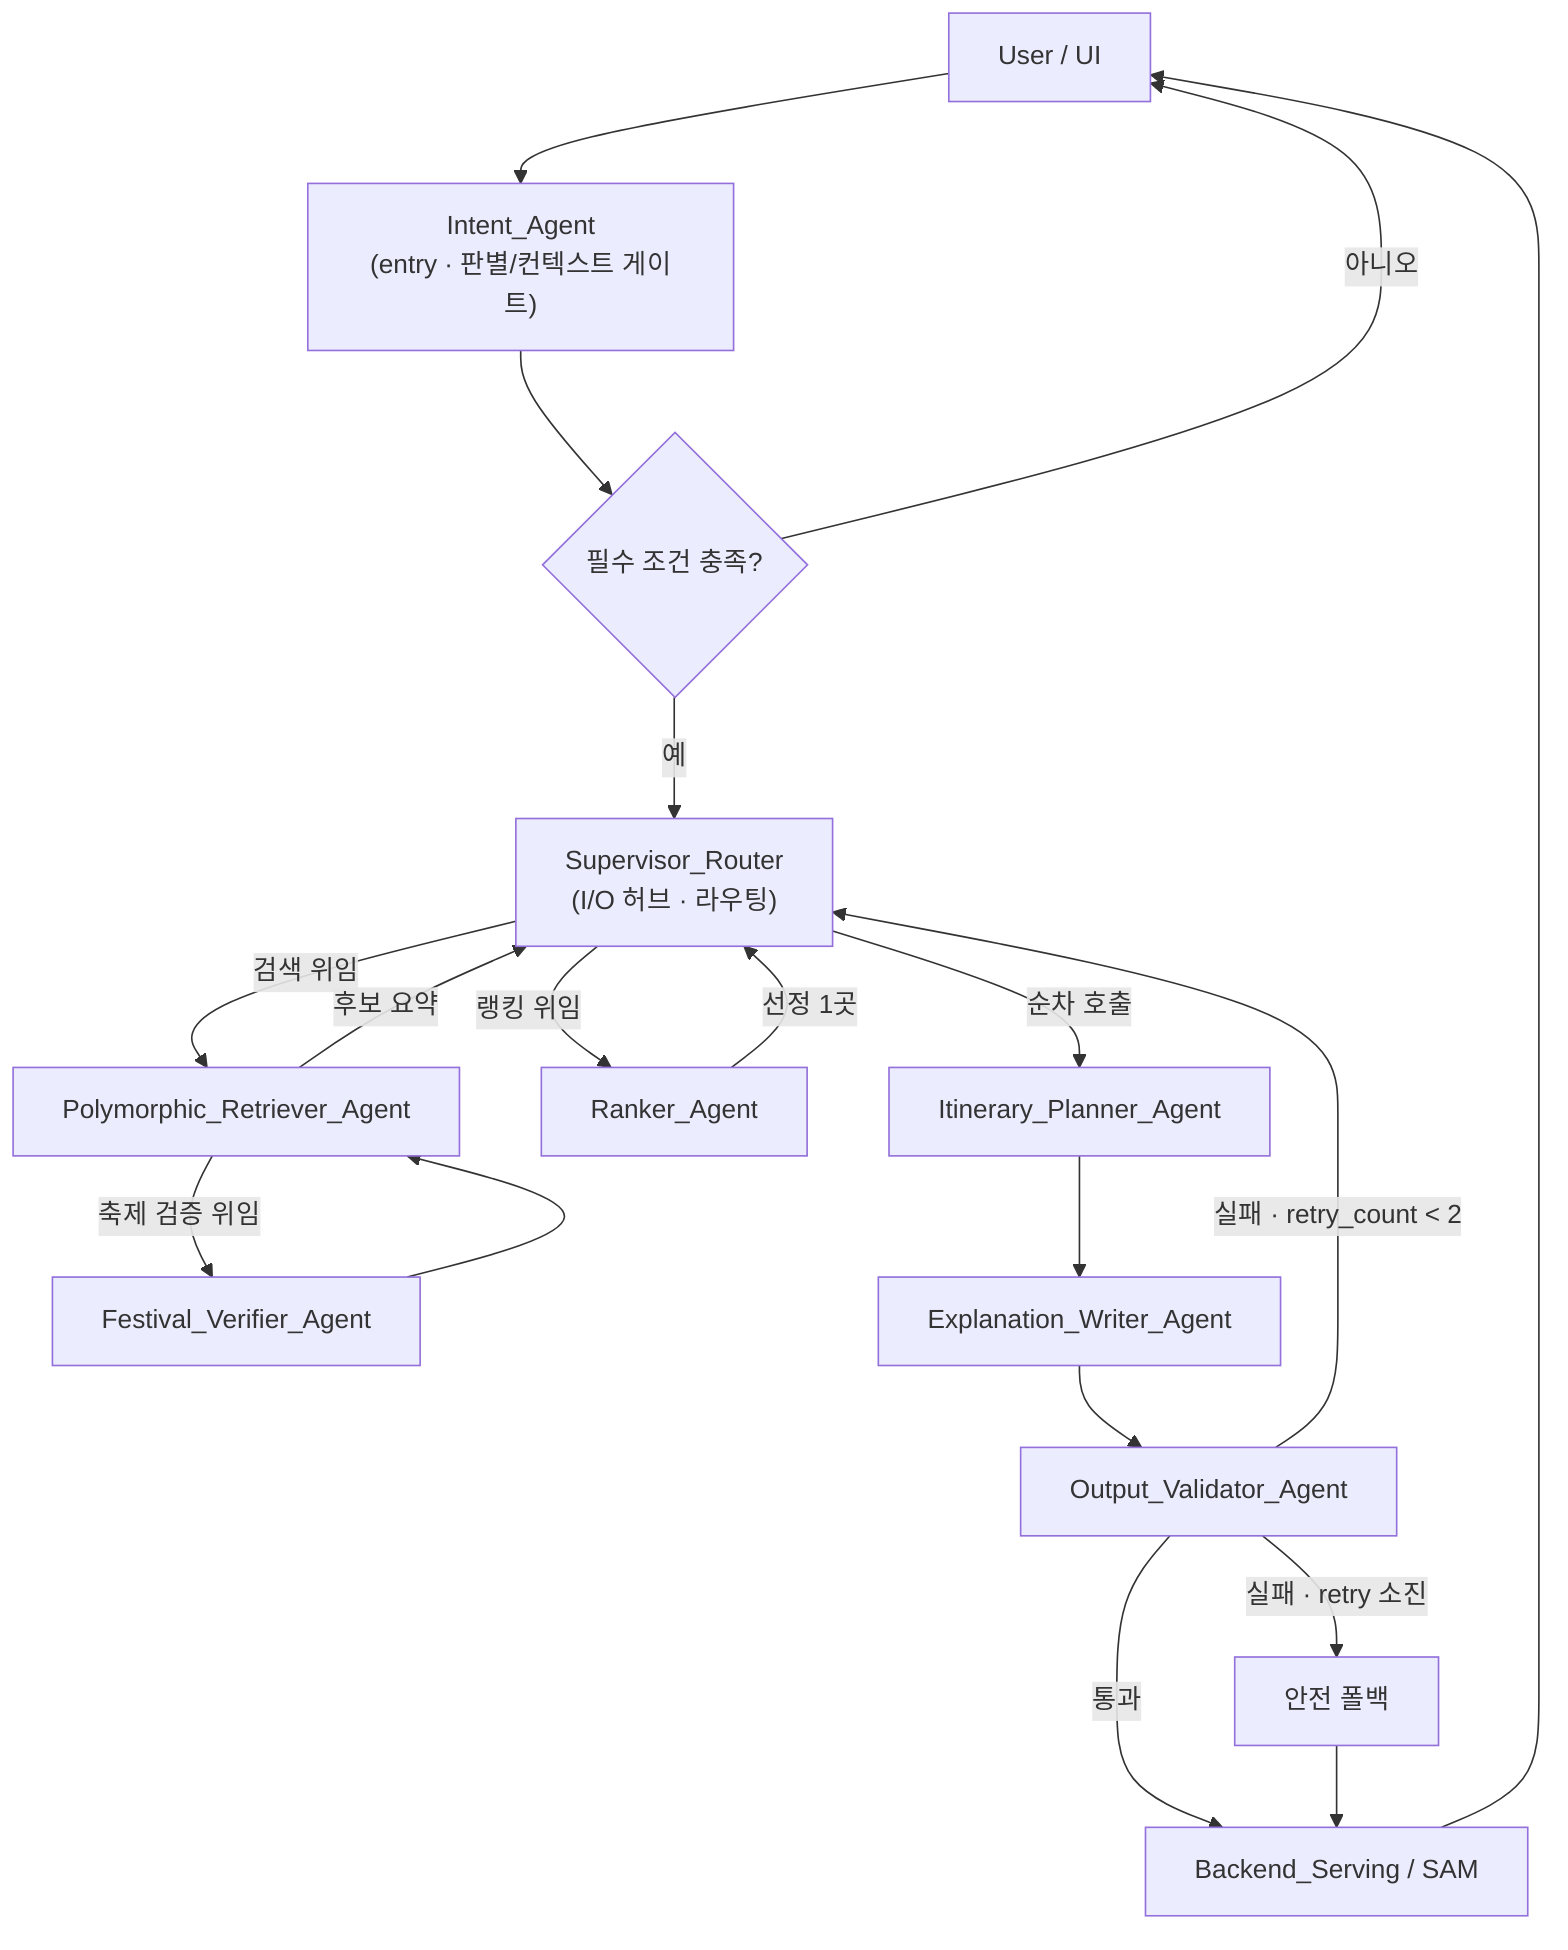
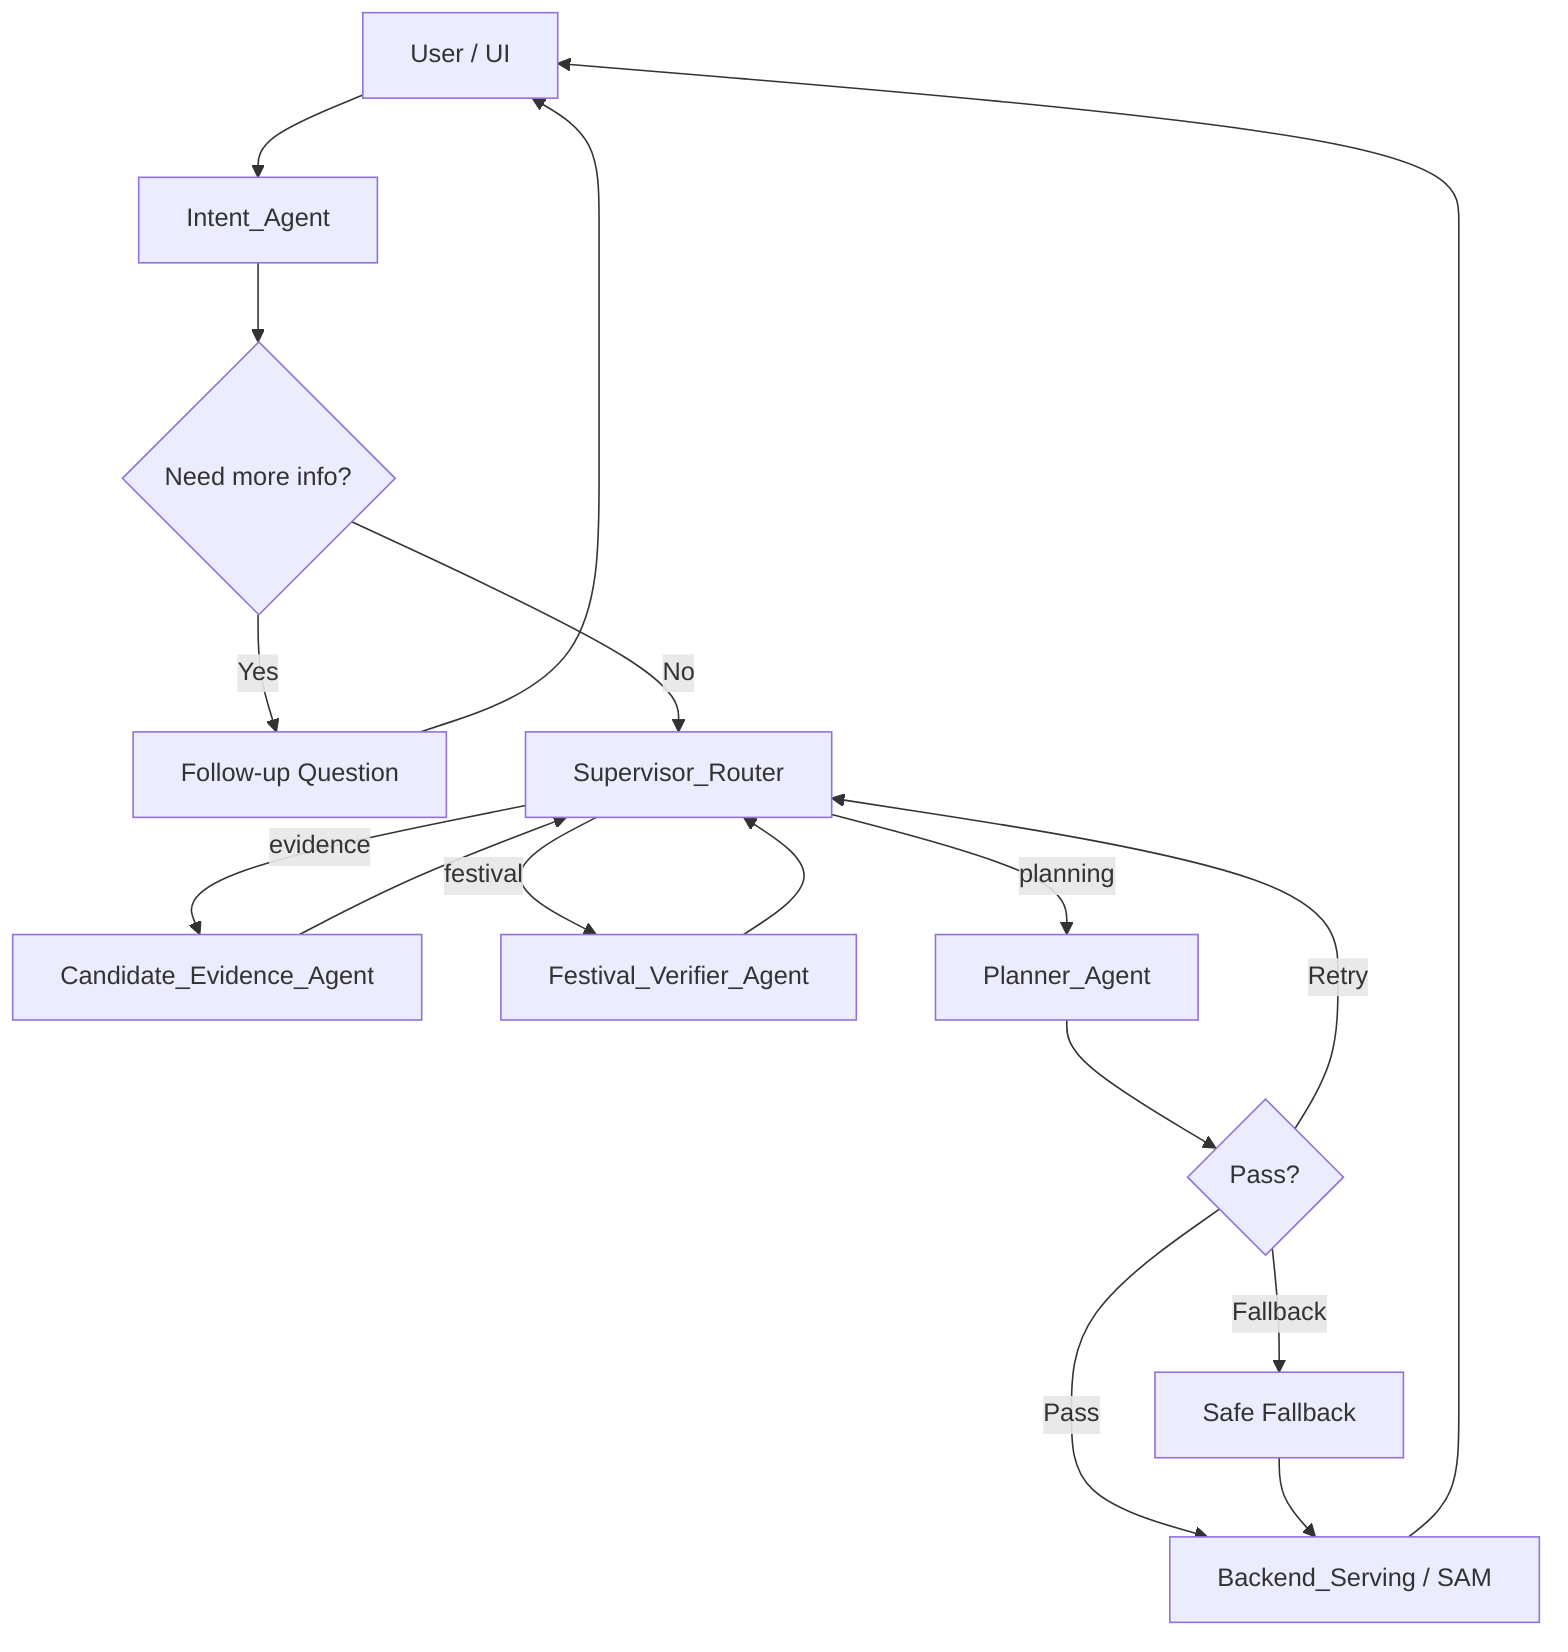
graph TD
-     USER["User / UI"] --> INTENT["Intent_Agent<br/>(entry · 판별/컨텍스트 게이트)"]
-     INTENT --> NEEDMORE{"필수 조건 충족?"}
-     NEEDMORE -- "아니오" --> USER
-     NEEDMORE -- "예" --> SUP["Supervisor_Router<br/>(I/O 허브 · 라우팅)"]
+     USER["User / UI"] --> INTENT["Intent_Agent"]
+     INTENT --> NEED{"Need more info?"}
+     NEED -- "Yes" --> ASK["Follow-up Question"]
+     ASK --> USER
+     NEED -- "No" --> SUP["Supervisor_Router"]

-     SUP -->|"검색 위임"| RETRIEVER["Polymorphic_Retriever_Agent"]
-     RETRIEVER -->|"축제 검증 위임"| FESTIVAL["Festival_Verifier_Agent"]
-     FESTIVAL --> RETRIEVER
-     RETRIEVER -->|"후보 요약"| SUP
+     SUP -->|"evidence"| EVIDENCE["Candidate_Evidence_Agent"]
+     EVIDENCE --> SUP

-     SUP -->|"랭킹 위임"| RANKER["Ranker_Agent"]
-     RANKER -->|"선정 1곳"| SUP
+     SUP -->|"festival"| FESTIVAL["Festival_Verifier_Agent"]
+     FESTIVAL --> SUP

-     SUP -->|"순차 호출"| PLANNER["Itinerary_Planner_Agent"]
-     PLANNER --> WRITER["Explanation_Writer_Agent"]
-     WRITER --> VALAGENT["Output_Validator_Agent"]
-     VALAGENT -- "통과" --> SERVING["Backend_Serving / SAM"]
-     VALAGENT -- "실패 · retry_count < 2" --> SUP
-     VALAGENT -- "실패 · retry 소진" --> FALLBACK["안전 폴백"]
-     FALLBACK --> SERVING
-     SERVING --> USER
+     SUP -->|"planning"| PLANNER["Planner_Agent"]
+     PLANNER --> VALID{"Pass?"}
+     VALID -- "Retry" --> SUP
+     VALID -- "Fallback" --> FALLBACK["Safe Fallback"]
+     VALID -- "Pass" --> SERVE["Backend_Serving / SAM"]
+     FALLBACK --> SERVE
+     SERVE --> USER
